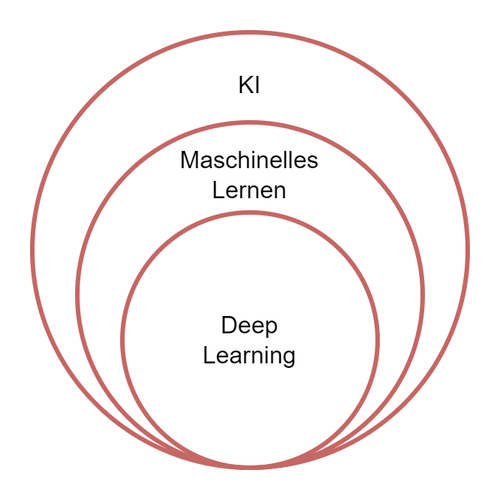
bbirke/ml-python keeps this draw.io diagram as images/ai-ml-dl.png. Above is the earlier version. Source tidied: cells renumbered, new cells last; positions are measured from the earlier drawing's top-left corner, leaving out a move shared by most shapes.
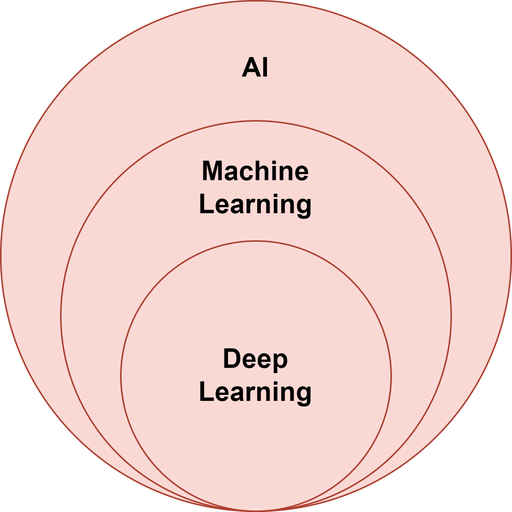
Above is the later version.

Change to the diagram source:
```diff
@@ -2,23 +2,23 @@
   <root>
     <mxCell id="0" />
     <mxCell id="1" parent="0" />
-    <mxCell id="2" style="ellipse;whiteSpace=wrap;html=1;fillColor=none;strokeColor=#c56764;strokeWidth=3;" parent="1" vertex="1">
-      <mxGeometry width="290" height="290" as="geometry" />
-    </mxCell>
-    <mxCell id="3" style="ellipse;whiteSpace=wrap;html=1;fillColor=none;strokeColor=#c56764;strokeWidth=3;" parent="1" vertex="1">
-      <mxGeometry x="30" y="60" width="230" height="230" as="geometry" />
-    </mxCell>
-    <mxCell id="4" style="ellipse;whiteSpace=wrap;html=1;fillColor=none;strokeColor=#c56764;strokeWidth=3;" parent="1" vertex="1">
-      <mxGeometry x="60" y="120" width="170" height="170" as="geometry" />
-    </mxCell>
-    <mxCell id="5" value="&lt;font style=&quot;font-size: 16px;&quot;&gt;KI&lt;/font&gt;" style="text;html=1;strokeColor=none;fillColor=none;align=center;verticalAlign=middle;whiteSpace=wrap;rounded=0;" parent="1" vertex="1">
-      <mxGeometry x="110" y="15" width="70" height="40" as="geometry" />
-    </mxCell>
-    <mxCell id="6" value="&lt;font style=&quot;font-size: 16px;&quot;&gt;Maschinelles Lernen&lt;/font&gt;" style="text;html=1;strokeColor=none;fillColor=none;align=center;verticalAlign=middle;whiteSpace=wrap;rounded=0;" parent="1" vertex="1">
-      <mxGeometry x="90" y="70" width="110" height="50" as="geometry" />
-    </mxCell>
+    <mxCell id="8" style="ellipse;whiteSpace=wrap;html=1;fillColor=#fad9d5;strokeColor=#ae4132;" parent="1" vertex="1">
+      <mxGeometry x="-20" y="-45" width="340" height="340" as="geometry" />
+    </mxCell>
+    <mxCell id="9" style="ellipse;whiteSpace=wrap;html=1;fillColor=#fad9d5;strokeColor=#ae4132;" parent="1" vertex="1">
+      <mxGeometry x="20" y="35" width="260" height="260" as="geometry" />
+    </mxCell>
+    <mxCell id="10" style="ellipse;whiteSpace=wrap;html=1;fillColor=#fad9d5;strokeColor=#ae4132;" parent="1" vertex="1">
+      <mxGeometry x="60" y="115" width="180" height="180" as="geometry" />
+    </mxCell>
+    <mxCell id="11" value="&lt;font style=&quot;font-size: 18px;&quot;&gt;&lt;b&gt;AI&lt;/b&gt;&lt;/font&gt;" style="text;html=1;strokeColor=none;fillColor=none;align=center;verticalAlign=middle;whiteSpace=wrap;rounded=0;" parent="1" vertex="1">
+      <mxGeometry x="120" y="-15" width="60" height="30" as="geometry" />
+    </mxCell>
+    <mxCell id="12" value="&lt;font style=&quot;font-size: 18px;&quot;&gt;&lt;b&gt;Machine Learning&lt;/b&gt;&lt;/font&gt;" style="text;html=1;strokeColor=none;fillColor=none;align=center;verticalAlign=middle;whiteSpace=wrap;rounded=0;" parent="1" vertex="1">
+      <mxGeometry x="100" y="55" width="100" height="50" as="geometry" />
+    </mxCell>
-    <mxCell id="7" value="&lt;font style=&quot;font-size: 16px;&quot;&gt;Deep Learning&lt;/font&gt;" style="text;html=1;strokeColor=none;fillColor=none;align=center;verticalAlign=middle;whiteSpace=wrap;rounded=0;" parent="1" vertex="1">
-      <mxGeometry x="100" y="180" width="90" height="50" as="geometry" />
+    <mxCell id="7" value="&lt;font style=&quot;font-size: 18px;&quot;&gt;&lt;b&gt;Deep Learning&lt;/b&gt;&lt;/font&gt;" style="text;html=1;strokeColor=none;fillColor=none;align=center;verticalAlign=middle;whiteSpace=wrap;rounded=0;" parent="1" vertex="1">
+      <mxGeometry x="100" y="180" width="100" height="50" as="geometry" />
     </mxCell>
   </root>
 </mxGraphModel>
```
